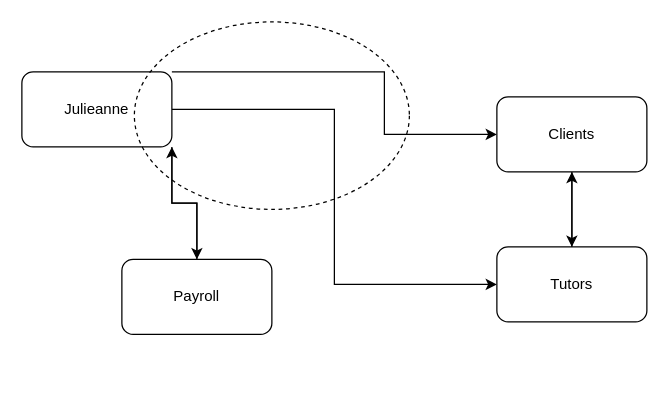
Above: Stakeholder map.drawio in Read-Jake/Read-Jake (draw.io), before the change. Source tidied: cells renumbered, new cells numbered last; positions are measured from the earlier drawing's top-left corner, leaving out a move shared by most shapes. Both pictures are drawn from the tidied source at 125%, with x=0, y=0 at pixel (21, 21).
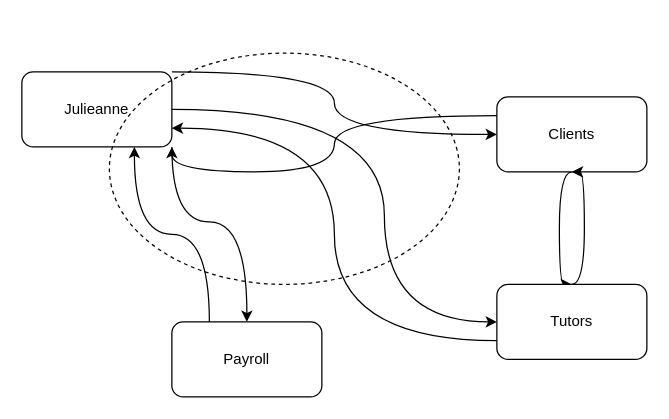
The same page after the edit.

Unchanged cells that the change refers to:
```xml
<mxCell id="5" value="Julieanne" style="rounded=1;whiteSpace=wrap;html=1;" parent="1" vertex="1">
  <mxGeometry y="40" width="120" height="60" as="geometry" />
</mxCell>
<mxCell id="7" value="Clients" style="rounded=1;whiteSpace=wrap;html=1;" parent="1" vertex="1">
  <mxGeometry x="380" y="60" width="120" height="60" as="geometry" />
</mxCell>
```

Diff of the diagram source:
```diff
@@
-    <mxCell id="2" style="edgeStyle=orthogonalEdgeStyle;rounded=0;jettySize=auto;html=1;exitX=1;exitY=0.5;exitDx=0;exitDy=0;entryX=0;entryY=0.5;entryDx=0;entryDy=0;" parent="1" edge="1" source="5" target="9">
-      <mxGeometry relative="1" as="geometry" />
+    <mxCell id="2" style="edgeStyle=orthogonalEdgeStyle;rounded=0;jettySize=auto;html=1;exitX=1;exitY=0.5;exitDx=0;exitDy=0;entryX=0;entryY=0.5;entryDx=0;entryDy=0;curved=1;" parent="1" edge="1" source="5" target="9">
+      <mxGeometry relative="1" as="geometry">
+        <Array as="points">
+          <mxPoint x="290" y="70" />
+          <mxPoint x="290" y="240" />
+        </Array>
+      </mxGeometry>
     </mxCell>
-    <mxCell id="3" style="edgeStyle=orthogonalEdgeStyle;rounded=0;jettySize=auto;html=1;exitX=1;exitY=1;exitDx=0;exitDy=0;entryX=0.5;entryY=0;entryDx=0;entryDy=0;" parent="1" edge="1" source="5" target="11">
-      <mxGeometry relative="1" as="geometry" />
+    <mxCell id="3" style="edgeStyle=orthogonalEdgeStyle;rounded=0;jettySize=auto;html=1;exitX=1;exitY=1;exitDx=0;exitDy=0;entryX=0.5;entryY=0;entryDx=0;entryDy=0;curved=1;" parent="1" edge="1" source="5" target="11">
+      <mxGeometry relative="1" as="geometry">
+        <Array as="points">
+          <mxPoint x="120" y="160" />
+          <mxPoint x="180" y="160" />
+        </Array>
+      </mxGeometry>
     </mxCell>
-    <mxCell id="4" style="edgeStyle=orthogonalEdgeStyle;rounded=0;jettySize=auto;html=1;exitX=1;exitY=0;exitDx=0;exitDy=0;entryX=0;entryY=0.5;entryDx=0;entryDy=0;" parent="1" edge="1" source="5" target="7">
+    <mxCell id="4" style="edgeStyle=orthogonalEdgeStyle;rounded=0;jettySize=auto;html=1;exitX=1;exitY=0;exitDx=0;exitDy=0;entryX=0;entryY=0.5;entryDx=0;entryDy=0;curved=1;" parent="1" edge="1" source="5" target="7">
       <mxGeometry relative="1" as="geometry">
         <Array as="points">
-          <mxPoint x="290" y="40" />
-          <mxPoint x="290" y="90" />
+          <mxPoint x="250" y="40" />
+          <mxPoint x="250" y="90" />
         </Array>
       </mxGeometry>
     </mxCell>
@@
-    <mxCell id="6" style="edgeStyle=orthogonalEdgeStyle;rounded=0;jettySize=auto;html=1;exitX=0.5;exitY=1;exitDx=0;exitDy=0;entryX=0.5;entryY=0;entryDx=0;entryDy=0;" parent="1" edge="1" source="7" target="9">
-      <mxGeometry relative="1" as="geometry" />
+    <mxCell id="6" style="edgeStyle=orthogonalEdgeStyle;rounded=0;jettySize=auto;html=1;exitX=0.5;exitY=1;exitDx=0;exitDy=0;entryX=0.5;entryY=0;entryDx=0;entryDy=0;curved=1;" parent="1" edge="1" source="7" target="9">
+      <mxGeometry relative="1" as="geometry">
+        <Array as="points">
+          <mxPoint x="430" y="120" />
+          <mxPoint x="430" y="210" />
+        </Array>
+      </mxGeometry>
     </mxCell>
+    <mxCell id="13" style="edgeStyle=orthogonalEdgeStyle;curved=1;rounded=0;jettySize=auto;html=1;exitX=0;exitY=0.25;exitDx=0;exitDy=0;entryX=1;entryY=1;entryDx=0;entryDy=0;" parent="1" edge="1" source="7" target="5">
+      <mxGeometry relative="1" as="geometry" />
+    </mxCell>
@@
-    <mxCell id="8" style="edgeStyle=orthogonalEdgeStyle;rounded=0;jettySize=auto;html=1;exitX=0.5;exitY=0;exitDx=0;exitDy=0;" parent="1" edge="1" source="9">
-      <mxGeometry relative="1" as="geometry">
-        <mxPoint x="440" y="120" as="targetPoint" />
-      </mxGeometry>
-    </mxCell>
+    <mxCell id="14" style="edgeStyle=orthogonalEdgeStyle;curved=1;rounded=0;jettySize=auto;html=1;exitX=0.5;exitY=0;exitDx=0;exitDy=0;entryX=0.5;entryY=1;entryDx=0;entryDy=0;" parent="1" edge="1" source="9" target="7">
+      <mxGeometry relative="1" as="geometry">
+        <Array as="points">
+          <mxPoint x="450" y="210" />
+          <mxPoint x="450" y="120" />
+        </Array>
+      </mxGeometry>
+    </mxCell>
+    <mxCell id="15" style="edgeStyle=orthogonalEdgeStyle;curved=1;rounded=0;jettySize=auto;html=1;exitX=0;exitY=0.75;exitDx=0;exitDy=0;entryX=1;entryY=0.75;entryDx=0;entryDy=0;" parent="1" edge="1" source="9" target="5">
+      <mxGeometry relative="1" as="geometry" />
+    </mxCell>
     <mxCell id="9" value="Tutors" style="rounded=1;whiteSpace=wrap;html=1;" parent="1" vertex="1">
-      <mxGeometry x="380" y="180" width="120" height="60" as="geometry" />
+      <mxGeometry x="380" y="210" width="120" height="60" as="geometry" />
     </mxCell>
-    <mxCell id="10" style="edgeStyle=orthogonalEdgeStyle;rounded=0;jettySize=auto;html=1;exitX=0.5;exitY=0;exitDx=0;exitDy=0;entryX=1;entryY=1;entryDx=0;entryDy=0;" parent="1" edge="1" source="11" target="5">
+    <mxCell id="10" style="edgeStyle=orthogonalEdgeStyle;curved=1;rounded=0;jettySize=auto;html=1;exitX=0.25;exitY=0;exitDx=0;exitDy=0;entryX=0.75;entryY=1;entryDx=0;entryDy=0;" parent="1" edge="1" source="11" target="5">
       <mxGeometry relative="1" as="geometry" />
     </mxCell>
     <mxCell id="11" value="Payroll" style="rounded=1;whiteSpace=wrap;html=1;" parent="1" vertex="1">
-      <mxGeometry x="80" y="190" width="120" height="60" as="geometry" />
+      <mxGeometry x="120" y="240" width="120" height="60" as="geometry" />
     </mxCell>
     <mxCell id="12" style="ellipse;whiteSpace=wrap;html=1;dashed=1;shadow=0;fillColor=none;" parent="1" vertex="1">
-      <mxGeometry x="90" width="220" height="150" as="geometry" />
+      <mxGeometry x="70" y="25" width="280" height="185" as="geometry" />
     </mxCell>
```
